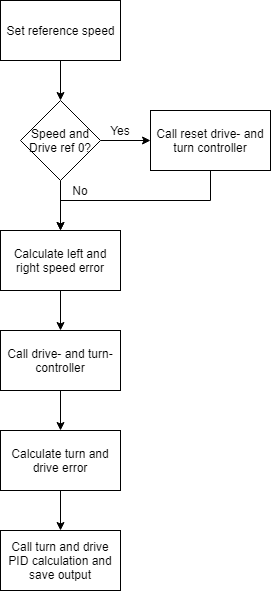
Above: documentation/tech-design/images/ControlLoop.png in eymas/WillyTheRobot (draw.io), before the change. Source tidied: cells renumbered, new cells last; positions are measured from the earlier drawing's top-left corner, leaving out a move shared by most shapes. The source it was exported from:
```xml
<mxGraphModel>
  <root>
    <mxCell id="0" />
    <mxCell id="1" parent="0" />
    <mxCell id="2" style="edgeStyle=orthogonalEdgeStyle;rounded=0;jettySize=auto;html=1;exitX=0.5;exitY=1;exitDx=0;exitDy=0;" parent="1" edge="1" source="3" target="8">
      <mxGeometry relative="1" as="geometry" />
    </mxCell>
    <mxCell id="3" value="Set reference speed" style="rounded=0;whiteSpace=wrap;html=1;" parent="1" vertex="1">
      <mxGeometry width="120" height="60" as="geometry" />
    </mxCell>
    <mxCell id="4" style="edgeStyle=orthogonalEdgeStyle;rounded=0;jettySize=auto;html=1;exitX=0.5;exitY=1;exitDx=0;exitDy=0;entryX=0.5;entryY=0;entryDx=0;entryDy=0;" parent="1" edge="1" source="5" target="14">
      <mxGeometry relative="1" as="geometry" />
    </mxCell>
    <mxCell id="5" value="Calculate left and right speed error" style="rounded=0;whiteSpace=wrap;html=1;" parent="1" vertex="1">
      <mxGeometry y="230" width="120" height="60" as="geometry" />
    </mxCell>
    <mxCell id="6" style="edgeStyle=orthogonalEdgeStyle;rounded=0;jettySize=auto;html=1;exitX=1;exitY=0.5;exitDx=0;exitDy=0;entryX=0;entryY=0.5;entryDx=0;entryDy=0;" parent="1" edge="1" source="8" target="10">
      <mxGeometry relative="1" as="geometry" />
    </mxCell>
    <mxCell id="7" style="edgeStyle=orthogonalEdgeStyle;rounded=0;jettySize=auto;html=1;exitX=0.5;exitY=1;exitDx=0;exitDy=0;entryX=0.5;entryY=0;entryDx=0;entryDy=0;" parent="1" edge="1" source="8" target="5">
      <mxGeometry relative="1" as="geometry" />
    </mxCell>
    <mxCell id="8" value="Speed and Drive ref 0?" style="rhombus;whiteSpace=wrap;html=1;" parent="1" vertex="1">
      <mxGeometry x="20" y="100" width="80" height="80" as="geometry" />
    </mxCell>
    <mxCell id="9" style="edgeStyle=orthogonalEdgeStyle;rounded=0;jettySize=auto;html=1;exitX=0.5;exitY=1;exitDx=0;exitDy=0;entryX=0.5;entryY=0;entryDx=0;entryDy=0;" parent="1" edge="1" source="10" target="5">
      <mxGeometry relative="1" as="geometry" />
    </mxCell>
    <mxCell id="10" value="Call reset drive- and turn controller" style="rounded=0;whiteSpace=wrap;html=1;" parent="1" vertex="1">
      <mxGeometry x="150" y="110" width="120" height="60" as="geometry" />
    </mxCell>
    <mxCell id="11" value="Yes" style="text;html=1;strokeColor=none;fillColor=none;align=center;verticalAlign=middle;whiteSpace=wrap;rounded=0;" parent="1" vertex="1">
      <mxGeometry x="100" y="120" width="40" height="20" as="geometry" />
    </mxCell>
    <mxCell id="12" value="No" style="text;html=1;strokeColor=none;fillColor=none;align=center;verticalAlign=middle;whiteSpace=wrap;rounded=0;" parent="1" vertex="1">
      <mxGeometry x="60" y="180" width="40" height="20" as="geometry" />
    </mxCell>
    <mxCell id="13" style="edgeStyle=orthogonalEdgeStyle;rounded=0;jettySize=auto;html=1;exitX=0.5;exitY=1;exitDx=0;exitDy=0;entryX=0.5;entryY=0;entryDx=0;entryDy=0;" parent="1" edge="1" source="14" target="16">
      <mxGeometry relative="1" as="geometry" />
    </mxCell>
    <mxCell id="14" value="Call drive- and turn-controller" style="rounded=0;whiteSpace=wrap;html=1;" parent="1" vertex="1">
      <mxGeometry y="330" width="120" height="60" as="geometry" />
    </mxCell>
    <mxCell id="15" style="edgeStyle=orthogonalEdgeStyle;rounded=0;jettySize=auto;html=1;exitX=0.5;exitY=1;exitDx=0;exitDy=0;entryX=0.5;entryY=0;entryDx=0;entryDy=0;" parent="1" edge="1" source="16" target="17">
      <mxGeometry relative="1" as="geometry" />
    </mxCell>
    <mxCell id="16" value="Calculate turn and drive error" style="rounded=0;whiteSpace=wrap;html=1;" parent="1" vertex="1">
      <mxGeometry y="430" width="120" height="60" as="geometry" />
    </mxCell>
    <mxCell id="17" value="Call turn and drive PID calculation and save output" style="rounded=0;whiteSpace=wrap;html=1;" parent="1" vertex="1">
      <mxGeometry y="530" width="120" height="60" as="geometry" />
    </mxCell>
  </root>
</mxGraphModel>
```
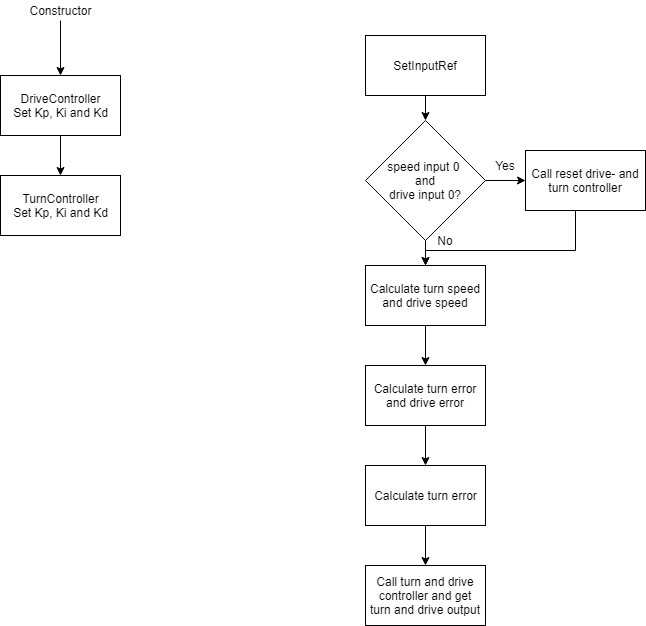
The same diagram one commit later.

Commit message:
Improved control loop descriptions

Diff of the diagram source:
```diff
@@ -5,50 +5,70 @@
     <mxCell id="2" style="edgeStyle=orthogonalEdgeStyle;rounded=0;jettySize=auto;html=1;exitX=0.5;exitY=1;exitDx=0;exitDy=0;" parent="1" edge="1" source="3" target="8">
       <mxGeometry relative="1" as="geometry" />
     </mxCell>
-    <mxCell id="3" value="Set reference speed" style="rounded=0;whiteSpace=wrap;html=1;" parent="1" vertex="1">
+    <mxCell id="3" value="SetInputRef" style="rounded=0;whiteSpace=wrap;html=1;" parent="1" vertex="1">
       <mxGeometry width="120" height="60" as="geometry" />
     </mxCell>
     <mxCell id="4" style="edgeStyle=orthogonalEdgeStyle;rounded=0;jettySize=auto;html=1;exitX=0.5;exitY=1;exitDx=0;exitDy=0;entryX=0.5;entryY=0;entryDx=0;entryDy=0;" parent="1" edge="1" source="5" target="14">
       <mxGeometry relative="1" as="geometry" />
     </mxCell>
-    <mxCell id="5" value="Calculate left and right speed error" style="rounded=0;whiteSpace=wrap;html=1;" parent="1" vertex="1">
+    <mxCell id="5" value="Calculate turn speed and drive speed" style="rounded=0;whiteSpace=wrap;html=1;" parent="1" vertex="1">
       <mxGeometry y="230" width="120" height="60" as="geometry" />
     </mxCell>
+    <mxCell id="7" style="edgeStyle=orthogonalEdgeStyle;rounded=0;jettySize=auto;html=1;exitX=0.5;exitY=1;exitDx=0;exitDy=0;entryX=0.5;entryY=0;entryDx=0;entryDy=0;" parent="1" edge="1" source="8" target="5">
+      <mxGeometry relative="1" as="geometry" />
+    </mxCell>
     <mxCell id="6" style="edgeStyle=orthogonalEdgeStyle;rounded=0;jettySize=auto;html=1;exitX=1;exitY=0.5;exitDx=0;exitDy=0;entryX=0;entryY=0.5;entryDx=0;entryDy=0;" parent="1" edge="1" source="8" target="10">
       <mxGeometry relative="1" as="geometry" />
     </mxCell>
-    <mxCell id="7" style="edgeStyle=orthogonalEdgeStyle;rounded=0;jettySize=auto;html=1;exitX=0.5;exitY=1;exitDx=0;exitDy=0;entryX=0.5;entryY=0;entryDx=0;entryDy=0;" parent="1" edge="1" source="8" target="5">
-      <mxGeometry relative="1" as="geometry" />
-    </mxCell>
-    <mxCell id="8" value="Speed and Drive ref 0?" style="rhombus;whiteSpace=wrap;html=1;" parent="1" vertex="1">
-      <mxGeometry x="20" y="100" width="80" height="80" as="geometry" />
+    <mxCell id="8" value="speed input 0 &lt;br&gt;and&lt;br&gt;drive input 0?" style="rhombus;whiteSpace=wrap;html=1;" parent="1" vertex="1">
+      <mxGeometry y="85" width="120" height="120" as="geometry" />
     </mxCell>
     <mxCell id="9" style="edgeStyle=orthogonalEdgeStyle;rounded=0;jettySize=auto;html=1;exitX=0.5;exitY=1;exitDx=0;exitDy=0;entryX=0.5;entryY=0;entryDx=0;entryDy=0;" parent="1" edge="1" source="10" target="5">
-      <mxGeometry relative="1" as="geometry" />
+      <mxGeometry relative="1" as="geometry">
+        <Array as="points">
+          <mxPoint x="210" y="215" />
+          <mxPoint x="60" y="215" />
+        </Array>
+      </mxGeometry>
     </mxCell>
     <mxCell id="10" value="Call reset drive- and turn controller" style="rounded=0;whiteSpace=wrap;html=1;" parent="1" vertex="1">
-      <mxGeometry x="150" y="110" width="120" height="60" as="geometry" />
+      <mxGeometry x="160" y="115" width="120" height="60" as="geometry" />
     </mxCell>
     <mxCell id="11" value="Yes" style="text;html=1;strokeColor=none;fillColor=none;align=center;verticalAlign=middle;whiteSpace=wrap;rounded=0;" parent="1" vertex="1">
-      <mxGeometry x="100" y="120" width="40" height="20" as="geometry" />
+      <mxGeometry x="120" y="120" width="40" height="20" as="geometry" />
     </mxCell>
     <mxCell id="12" value="No" style="text;html=1;strokeColor=none;fillColor=none;align=center;verticalAlign=middle;whiteSpace=wrap;rounded=0;" parent="1" vertex="1">
-      <mxGeometry x="60" y="180" width="40" height="20" as="geometry" />
+      <mxGeometry x="60" y="195" width="40" height="20" as="geometry" />
     </mxCell>
     <mxCell id="13" style="edgeStyle=orthogonalEdgeStyle;rounded=0;jettySize=auto;html=1;exitX=0.5;exitY=1;exitDx=0;exitDy=0;entryX=0.5;entryY=0;entryDx=0;entryDy=0;" parent="1" edge="1" source="14" target="16">
       <mxGeometry relative="1" as="geometry" />
     </mxCell>
-    <mxCell id="14" value="Call drive- and turn-controller" style="rounded=0;whiteSpace=wrap;html=1;" parent="1" vertex="1">
+    <mxCell id="14" value="Calculate turn error and drive error" style="rounded=0;whiteSpace=wrap;html=1;" parent="1" vertex="1">
       <mxGeometry y="330" width="120" height="60" as="geometry" />
     </mxCell>
     <mxCell id="15" style="edgeStyle=orthogonalEdgeStyle;rounded=0;jettySize=auto;html=1;exitX=0.5;exitY=1;exitDx=0;exitDy=0;entryX=0.5;entryY=0;entryDx=0;entryDy=0;" parent="1" edge="1" source="16" target="17">
       <mxGeometry relative="1" as="geometry" />
     </mxCell>
-    <mxCell id="16" value="Calculate turn and drive error" style="rounded=0;whiteSpace=wrap;html=1;" parent="1" vertex="1">
+    <mxCell id="16" value="Calculate turn error" style="rounded=0;whiteSpace=wrap;html=1;" parent="1" vertex="1">
       <mxGeometry y="430" width="120" height="60" as="geometry" />
     </mxCell>
-    <mxCell id="17" value="Call turn and drive PID calculation and save output" style="rounded=0;whiteSpace=wrap;html=1;" parent="1" vertex="1">
+    <mxCell id="17" value="Call turn and drive controller and get turn and drive output" style="rounded=0;whiteSpace=wrap;html=1;" parent="1" vertex="1">
       <mxGeometry y="530" width="120" height="60" as="geometry" />
     </mxCell>
+    <mxCell id="18" style="edgeStyle=orthogonalEdgeStyle;rounded=0;jettySize=auto;html=1;exitX=0.5;exitY=1;exitDx=0;exitDy=0;entryX=0.5;entryY=0;entryDx=0;entryDy=0;" parent="1" edge="1" source="19" target="22">
+      <mxGeometry relative="1" as="geometry" />
+    </mxCell>
+    <mxCell id="19" value="DriveController&lt;br&gt;Set Kp, Ki and Kd" style="rounded=0;whiteSpace=wrap;html=1;" parent="1" vertex="1">
+      <mxGeometry x="-365" y="40" width="120" height="60" as="geometry" />
+    </mxCell>
+    <mxCell id="20" style="edgeStyle=orthogonalEdgeStyle;rounded=0;jettySize=auto;html=1;exitX=0.5;exitY=1;exitDx=0;exitDy=0;entryX=0.5;entryY=0;entryDx=0;entryDy=0;" parent="1" edge="1" source="21" target="19">
+      <mxGeometry relative="1" as="geometry" />
+    </mxCell>
+    <mxCell id="21" value="Constructor" style="text;html=1;strokeColor=none;fillColor=none;align=center;verticalAlign=middle;whiteSpace=wrap;rounded=0;" parent="1" vertex="1">
+      <mxGeometry x="-350" y="-35" width="90" height="20" as="geometry" />
+    </mxCell>
+    <mxCell id="22" value="TurnController&lt;br&gt;Set Kp, Ki and Kd" style="rounded=0;whiteSpace=wrap;html=1;" parent="1" vertex="1">
+      <mxGeometry x="-365" y="140" width="120" height="60" as="geometry" />
+    </mxCell>
   </root>
 </mxGraphModel>
```
